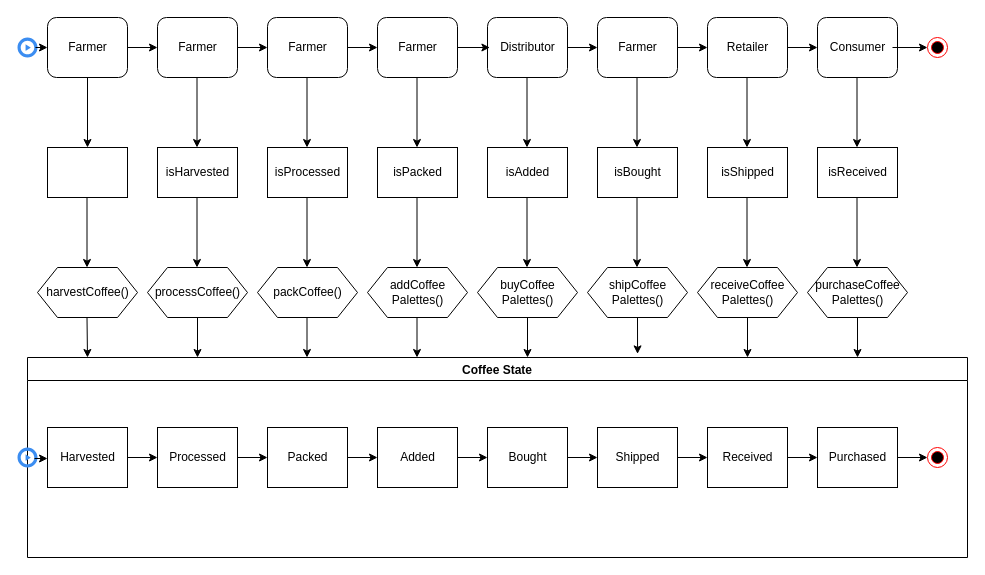
The draw.io diagram docs/state_diagram.drawio in bilou12/dapp-supply-chain-coffee, before the edit. Source tidied: cells renumbered, new cells numbered last; positions are measured from the earlier drawing's top-left corner, leaving out a move shared by most shapes. Both pictures are drawn from the tidied source at 100%, with x=0, y=0 at pixel (17, 17).
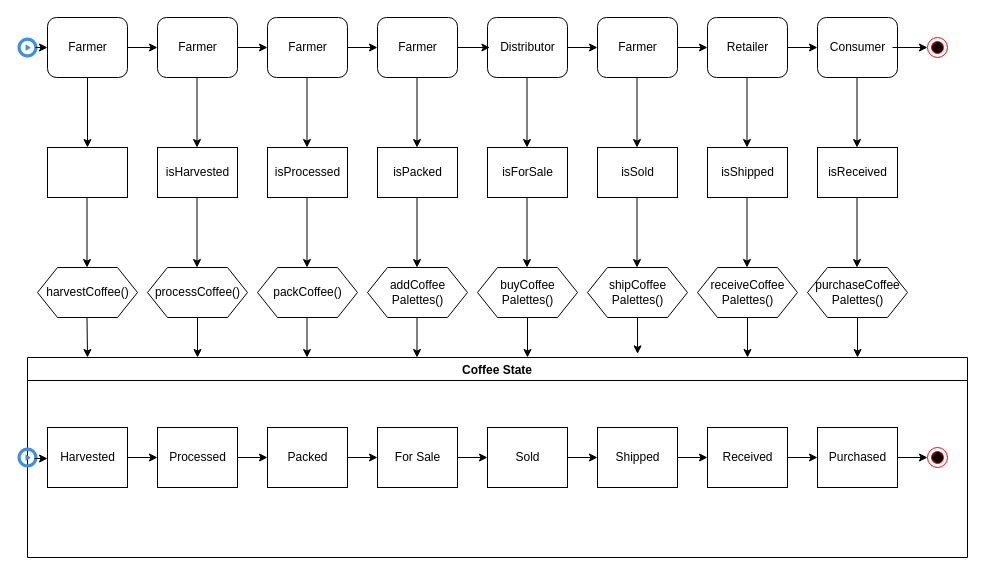
After the change.

The change refers to these unchanged cells:
```xml
<mxCell id="2" value="Coffee State" style="swimlane;" parent="1" vertex="1">
  <mxGeometry x="10" y="340" width="940" height="200" as="geometry" />
</mxCell>
```

What changed in the source:
```diff
@@
-    <mxCell id="10" value="Added" style="text;html=1;align=center;verticalAlign=middle;fillColor=none;strokeColor=none;rounded=0;" parent="2" vertex="1">
-      <mxGeometry x="365" y="90" width="50" height="20" as="geometry" />
+    <mxCell id="10" value="For Sale" style="text;html=1;align=center;verticalAlign=middle;fillColor=none;strokeColor=none;rounded=0;" parent="2" vertex="1">
+      <mxGeometry x="360" y="90" width="60" height="20" as="geometry" />
     </mxCell>
@@
-    <mxCell id="12" value="Bought" style="text;html=1;align=center;verticalAlign=middle;fillColor=none;strokeColor=none;rounded=0;" parent="2" vertex="1">
-      <mxGeometry x="475" y="90" width="50" height="20" as="geometry" />
+    <mxCell id="12" value="Sold" style="text;html=1;align=center;verticalAlign=middle;fillColor=none;strokeColor=none;rounded=0;" parent="2" vertex="1">
+      <mxGeometry x="480" y="90" width="40" height="20" as="geometry" />
     </mxCell>
@@
-    <mxCell id="68" value="isAdded" style="text;html=1;align=center;verticalAlign=middle;fillColor=none;strokeColor=none;rounded=0;" parent="1" vertex="1">
-      <mxGeometry x="480" y="145" width="60" height="20" as="geometry" />
+    <mxCell id="68" value="isForSale" style="text;html=1;align=center;verticalAlign=middle;fillColor=none;strokeColor=none;rounded=0;" parent="1" vertex="1">
+      <mxGeometry x="475" y="145" width="70" height="20" as="geometry" />
     </mxCell>
@@
-    <mxCell id="70" value="isBought" style="text;html=1;align=center;verticalAlign=middle;fillColor=none;strokeColor=none;rounded=0;" parent="1" vertex="1">
-      <mxGeometry x="590" y="145" width="60" height="20" as="geometry" />
+    <mxCell id="70" value="isSold" style="text;html=1;align=center;verticalAlign=middle;fillColor=none;strokeColor=none;rounded=0;" parent="1" vertex="1">
+      <mxGeometry x="595" y="145" width="50" height="20" as="geometry" />
     </mxCell>
```
